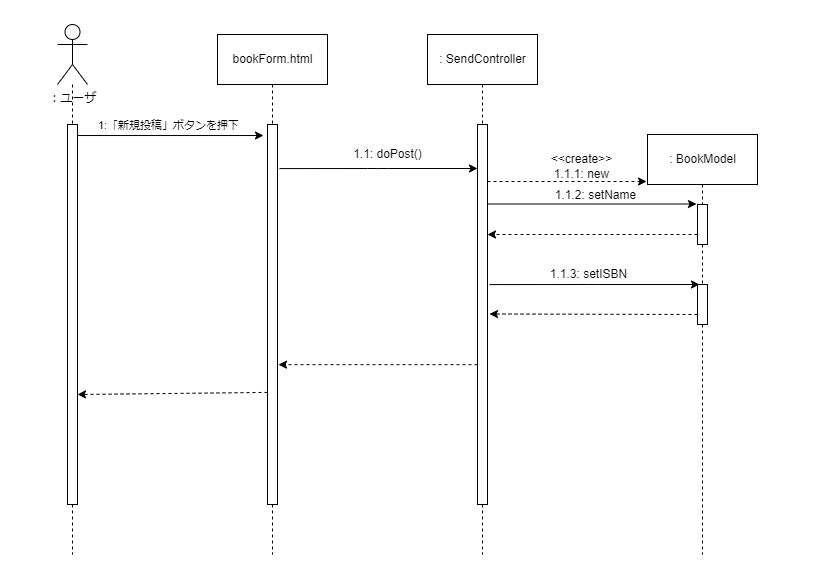
This is sequence-graph/sendAboutBook.png from Sane21/Syspro, a draw.io export, as it was before one commit. Source tidied: cells renumbered, new cells last; positions are measured from the earlier drawing's top-left corner, leaving out a move shared by most shapes.
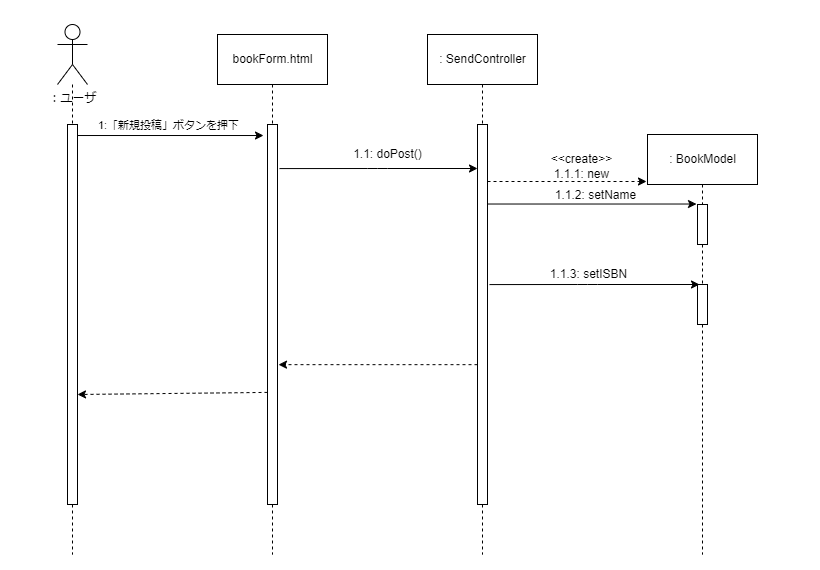
After the commit.

Commit message:
setメソッドに戻りの矢印があったミスを修正

What changed in the source:
```diff
@@ -100,17 +100,6 @@
     <mxCell id="27" style="endArrow=classic;html=1;entryX=-0.1;entryY=-0.012;entryDx=0;entryDy=0;entryPerimeter=0;" parent="1" edge="1" source="13" target="20">
       <mxGeometry relative="1" as="geometry" />
     </mxCell>
-    <mxCell id="28" style="endArrow=classic;dashed=1;html=1;entryX=1.1;entryY=0.632;entryDx=0;entryDy=0;entryPerimeter=0;endFill=1;" parent="1" edge="1" source="20">
-      <mxGeometry relative="1" as="geometry">
-        <mxPoint x="487" y="234" as="targetPoint" />
-      </mxGeometry>
-    </mxCell>
-    <mxCell id="29" style="endArrow=classic;dashed=1;html=1;entryX=1.1;entryY=0.632;entryDx=0;entryDy=0;entryPerimeter=0;endFill=1;" parent="1" edge="1">
-      <mxGeometry relative="1" as="geometry">
-        <mxPoint x="697" y="314" as="sourcePoint" />
-        <mxPoint x="489" y="313.5" as="targetPoint" />
-      </mxGeometry>
-    </mxCell>
     <mxCell id="30" style="endArrow=classic;dashed=1;html=1;entryX=1.1;entryY=0.632;entryDx=0;entryDy=0;entryPerimeter=0;endFill=1;exitX=0;exitY=0.705;exitDx=0;exitDy=0;exitPerimeter=0;" parent="1" edge="1" source="10">
       <mxGeometry relative="1" as="geometry">
         <mxPoint x="77" y="394" as="targetPoint" />
```
